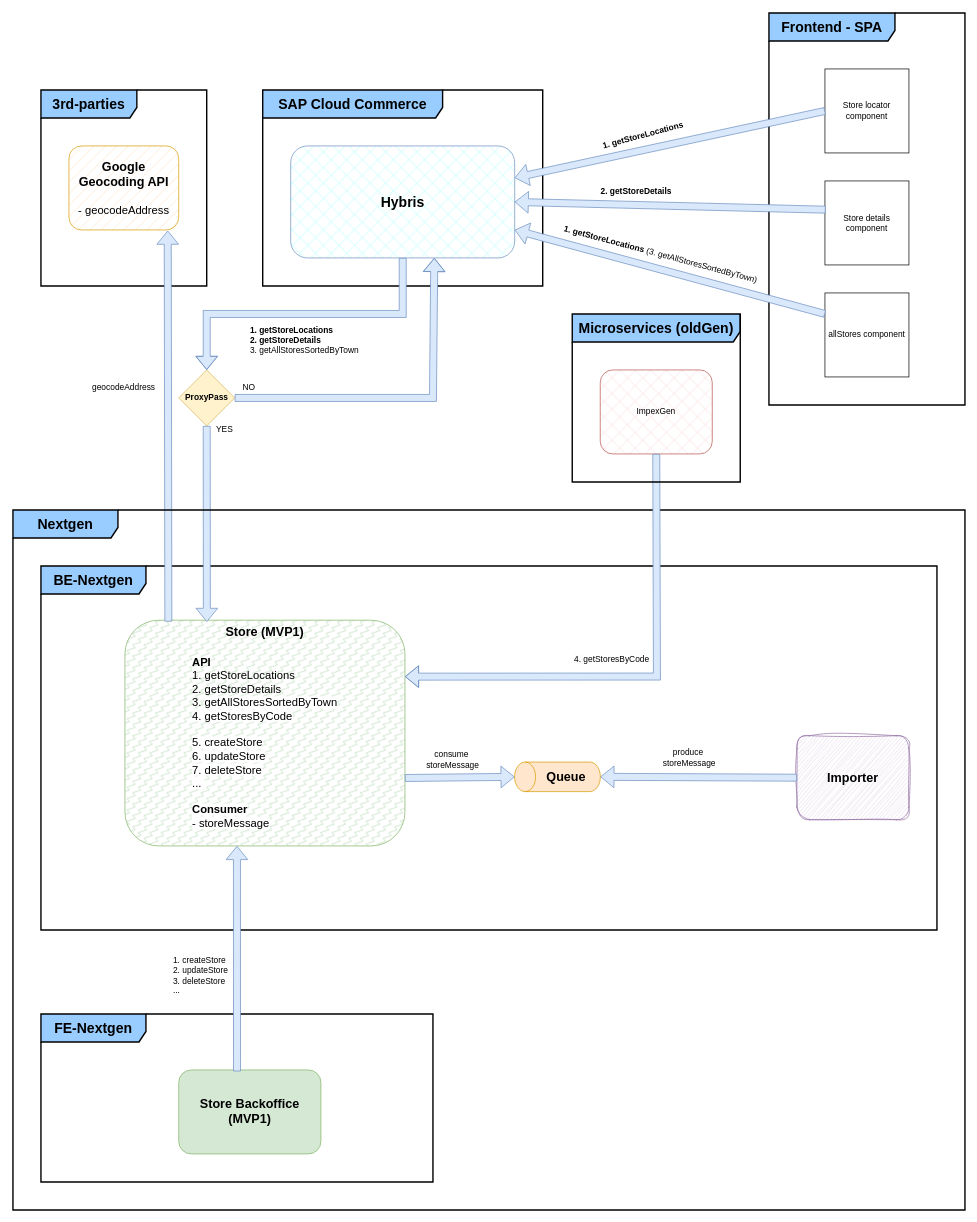
d-figuccia/draw-io keeps this draw.io diagram as graphs/store-macroservice.drawio. Above is the earlier version. Source tidied: cells renumbered, new cells numbered last; positions are measured from the earlier drawing's top-left corner, leaving out a move shared by most shapes. Both pictures are drawn from the tidied source at 70%, with x=0, y=0 at pixel (13, 13). Pictures stored in the file or linked from it are replaced by grey dashed boxes.
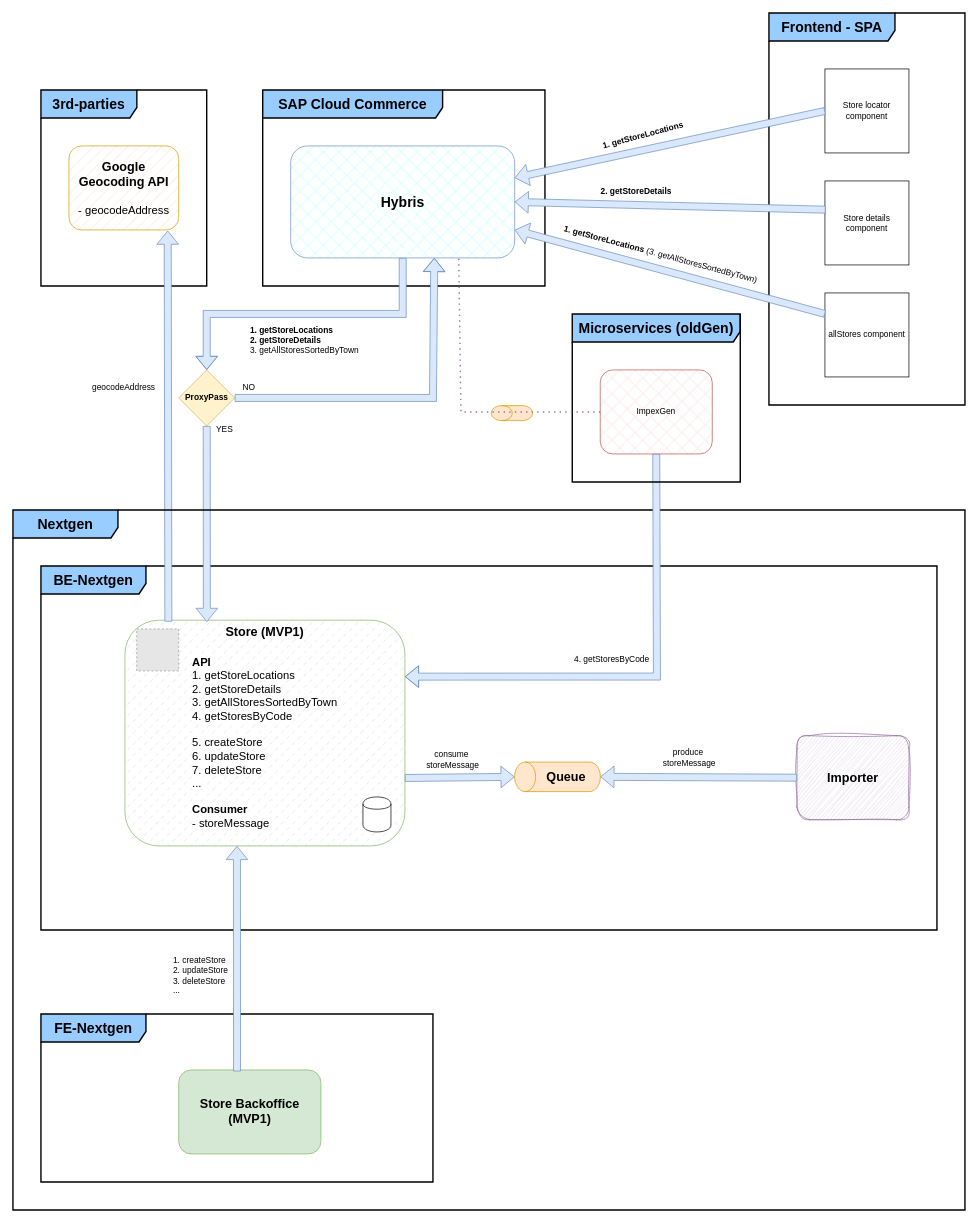
After the change.

The change refers to these unchanged cells:
```xml
<mxCell id="14" value="&lt;font style=&quot;font-size: 20px;&quot;&gt;Hybris&lt;/font&gt;" style="rounded=1;whiteSpace=wrap;html=1;fillStyle=cross-hatch;fillColor=#99FFFF;strokeColor=#6c8ebf;fontSize=18;fontStyle=1;verticalAlign=middle;" parent="1" vertex="1">
  <mxGeometry x="396.8" y="190" width="320" height="160" as="geometry" />
</mxCell>
<mxCell id="39" value="ImpexGen" style="rounded=1;whiteSpace=wrap;html=1;fillColor=#f8cecc;strokeColor=#b85450;fillStyle=cross-hatch;" parent="1" vertex="1">
  <mxGeometry x="839" y="510" width="160" height="120" as="geometry" />
</mxCell>
```

The edit, as a diff of the source:
```diff
@@
-    <mxCell id="7" value="&lt;span style=&quot;font-size: 18px; font-weight: 700; text-align: left;&quot;&gt;Store (MVP1)&lt;/span&gt;&lt;div&gt;&lt;span style=&quot;font-size: 18px; font-weight: 700; text-align: left;&quot;&gt;&lt;br&gt;&lt;/span&gt;&lt;/div&gt;&lt;div style=&quot;text-align: left; font-size: 16px;&quot;&gt;&lt;font style=&quot;font-size: 16px;&quot;&gt;&lt;b&gt;API&lt;/b&gt;&lt;/font&gt;&lt;/div&gt;&lt;div style=&quot;text-align: left; font-size: 16px;&quot;&gt;&lt;font style=&quot;font-size: 16px;&quot;&gt;1.&amp;nbsp;&lt;span style=&quot;background-color: initial; text-align: center; text-wrap: nowrap;&quot;&gt;getStoreLocations&lt;/span&gt;&lt;/font&gt;&lt;/div&gt;&lt;div style=&quot;text-align: left; font-size: 16px;&quot;&gt;&lt;font style=&quot;font-size: 16px;&quot;&gt;&lt;span style=&quot;&quot;&gt;2.&amp;nbsp;&lt;/span&gt;&lt;span style=&quot;background-color: initial; text-align: center; text-wrap: nowrap;&quot;&gt;getStoreDetails&lt;/span&gt;&lt;/font&gt;&lt;/div&gt;&lt;div style=&quot;text-align: left; font-size: 16px;&quot;&gt;&lt;font style=&quot;font-size: 16px;&quot;&gt;3.&amp;nbsp;&lt;span style=&quot;background-color: rgb(255, 255, 255); text-wrap: nowrap; text-align: center;&quot;&gt;getAllStoresSortedByTown&lt;/span&gt;&lt;/font&gt;&lt;/div&gt;&lt;div style=&quot;text-align: left; font-size: 16px;&quot;&gt;&lt;font style=&quot;font-size: 16px;&quot;&gt;&lt;span style=&quot;background-color: rgb(255, 255, 255); text-wrap: nowrap; text-align: center;&quot;&gt;4.&amp;nbsp;&lt;/span&gt;&lt;/font&gt;&lt;span style=&quot;background-color: rgb(255, 255, 255); text-wrap: nowrap; text-align: center;&quot;&gt;getStoresByCode&lt;/span&gt;&lt;/div&gt;&lt;div style=&quot;text-align: left; font-size: 16px;&quot;&gt;&lt;font style=&quot;font-size: 16px;&quot;&gt;&lt;span style=&quot;background-color: rgb(255, 255, 255); text-wrap: nowrap; text-align: center;&quot;&gt;&lt;br&gt;&lt;/span&gt;&lt;/font&gt;&lt;/div&gt;&lt;div style=&quot;text-align: left; font-size: 16px;&quot;&gt;&lt;font style=&quot;font-size: 16px;&quot;&gt;&lt;span style=&quot;background-color: rgb(255, 255, 255); text-wrap: nowrap; text-align: center;&quot;&gt;5. createStore&lt;/span&gt;&lt;/font&gt;&lt;/div&gt;&lt;div style=&quot;text-align: left; font-size: 16px;&quot;&gt;&lt;font style=&quot;font-size: 16px;&quot;&gt;&lt;span style=&quot;background-color: rgb(255, 255, 255); text-wrap: nowrap; text-align: center;&quot;&gt;6. updateStore&lt;/span&gt;&lt;/font&gt;&lt;/div&gt;&lt;div style=&quot;text-align: left; font-size: 16px;&quot;&gt;&lt;font style=&quot;font-size: 16px;&quot;&gt;&lt;span style=&quot;background-color: rgb(255, 255, 255); text-wrap: nowrap; text-align: center;&quot;&gt;7. deleteStore&lt;/span&gt;&lt;/font&gt;&lt;/div&gt;&lt;div style=&quot;text-align: left; font-size: 16px;&quot;&gt;&lt;font style=&quot;font-size: 16px;&quot;&gt;&lt;span style=&quot;background-color: rgb(255, 255, 255); text-wrap: nowrap; text-align: center;&quot;&gt;...&lt;/span&gt;&lt;/font&gt;&lt;span style=&quot;background-color: rgb(255, 255, 255); text-align: center; text-wrap: nowrap;&quot;&gt;&amp;nbsp;&lt;/span&gt;&lt;/div&gt;&lt;div style=&quot;text-align: left; font-size: 16px;&quot;&gt;&lt;font style=&quot;font-size: 16px;&quot;&gt;&lt;span style=&quot;background-color: rgb(255, 255, 255); text-wrap: nowrap; text-align: center;&quot;&gt;&lt;br&gt;&lt;/span&gt;&lt;/font&gt;&lt;/div&gt;&lt;div style=&quot;text-align: left; font-size: 16px;&quot;&gt;&lt;font style=&quot;font-size: 16px;&quot;&gt;&lt;span style=&quot;background-color: rgb(255, 255, 255); text-wrap: nowrap; text-align: center;&quot;&gt;&lt;b&gt;Consumer&lt;/b&gt;&lt;/span&gt;&lt;/font&gt;&lt;/div&gt;&lt;div style=&quot;text-align: left; font-size: 16px;&quot;&gt;&lt;font style=&quot;font-size: 16px;&quot;&gt;&lt;span style=&quot;background-color: rgb(255, 255, 255); text-wrap: nowrap; text-align: center;&quot;&gt;- storeMessage&lt;/span&gt;&lt;/font&gt;&lt;/div&gt;" style="rounded=1;whiteSpace=wrap;html=1;glass=0;shadow=0;fillColor=#d5e8d4;strokeColor=#82b366;fillStyle=zigzag;verticalAlign=top;" parent="1" vertex="1">
+    <mxCell id="7" value="&lt;span style=&quot;font-size: 18px; font-weight: 700; text-align: left;&quot;&gt;Store (MVP1)&lt;/span&gt;&lt;div&gt;&lt;span style=&quot;font-size: 18px; font-weight: 700; text-align: left;&quot;&gt;&lt;br&gt;&lt;/span&gt;&lt;/div&gt;&lt;div style=&quot;text-align: left; font-size: 16px;&quot;&gt;&lt;font style=&quot;font-size: 16px;&quot;&gt;&lt;b&gt;API&lt;/b&gt;&lt;/font&gt;&lt;/div&gt;&lt;div style=&quot;text-align: left; font-size: 16px;&quot;&gt;&lt;font style=&quot;font-size: 16px;&quot;&gt;1.&amp;nbsp;&lt;span style=&quot;background-color: initial; text-align: center; text-wrap: nowrap;&quot;&gt;getStoreLocations&lt;/span&gt;&lt;/font&gt;&lt;/div&gt;&lt;div style=&quot;text-align: left; font-size: 16px;&quot;&gt;&lt;font style=&quot;font-size: 16px;&quot;&gt;&lt;span style=&quot;&quot;&gt;2.&amp;nbsp;&lt;/span&gt;&lt;span style=&quot;background-color: initial; text-align: center; text-wrap: nowrap;&quot;&gt;getStoreDetails&lt;/span&gt;&lt;/font&gt;&lt;/div&gt;&lt;div style=&quot;text-align: left; font-size: 16px;&quot;&gt;&lt;font style=&quot;font-size: 16px;&quot;&gt;3.&amp;nbsp;&lt;span style=&quot;background-color: rgb(255, 255, 255); text-wrap: nowrap; text-align: center;&quot;&gt;getAllStoresSortedByTown&lt;/span&gt;&lt;/font&gt;&lt;/div&gt;&lt;div style=&quot;text-align: left; font-size: 16px;&quot;&gt;&lt;font style=&quot;font-size: 16px;&quot;&gt;&lt;span style=&quot;background-color: rgb(255, 255, 255); text-wrap: nowrap; text-align: center;&quot;&gt;4.&amp;nbsp;&lt;/span&gt;&lt;/font&gt;&lt;span style=&quot;background-color: rgb(255, 255, 255); text-wrap: nowrap; text-align: center;&quot;&gt;getStoresByCode&lt;/span&gt;&lt;/div&gt;&lt;div style=&quot;text-align: left; font-size: 16px;&quot;&gt;&lt;font style=&quot;font-size: 16px;&quot;&gt;&lt;span style=&quot;background-color: rgb(255, 255, 255); text-wrap: nowrap; text-align: center;&quot;&gt;&lt;br&gt;&lt;/span&gt;&lt;/font&gt;&lt;/div&gt;&lt;div style=&quot;text-align: left; font-size: 16px;&quot;&gt;&lt;font style=&quot;font-size: 16px;&quot;&gt;&lt;span style=&quot;background-color: rgb(255, 255, 255); text-wrap: nowrap; text-align: center;&quot;&gt;5. createStore&lt;/span&gt;&lt;/font&gt;&lt;/div&gt;&lt;div style=&quot;text-align: left; font-size: 16px;&quot;&gt;&lt;font style=&quot;font-size: 16px;&quot;&gt;&lt;span style=&quot;background-color: rgb(255, 255, 255); text-wrap: nowrap; text-align: center;&quot;&gt;6. updateStore&lt;/span&gt;&lt;/font&gt;&lt;/div&gt;&lt;div style=&quot;text-align: left; font-size: 16px;&quot;&gt;&lt;font style=&quot;font-size: 16px;&quot;&gt;&lt;span style=&quot;background-color: rgb(255, 255, 255); text-wrap: nowrap; text-align: center;&quot;&gt;7. deleteStore&lt;/span&gt;&lt;/font&gt;&lt;/div&gt;&lt;div style=&quot;text-align: left; font-size: 16px;&quot;&gt;&lt;font style=&quot;font-size: 16px;&quot;&gt;&lt;span style=&quot;background-color: rgb(255, 255, 255); text-wrap: nowrap; text-align: center;&quot;&gt;...&lt;/span&gt;&lt;/font&gt;&lt;span style=&quot;background-color: rgb(255, 255, 255); text-align: center; text-wrap: nowrap;&quot;&gt;&amp;nbsp;&lt;/span&gt;&lt;/div&gt;&lt;div style=&quot;text-align: left; font-size: 16px;&quot;&gt;&lt;font style=&quot;font-size: 16px;&quot;&gt;&lt;span style=&quot;background-color: rgb(255, 255, 255); text-wrap: nowrap; text-align: center;&quot;&gt;&lt;br&gt;&lt;/span&gt;&lt;/font&gt;&lt;/div&gt;&lt;div style=&quot;text-align: left; font-size: 16px;&quot;&gt;&lt;font style=&quot;font-size: 16px;&quot;&gt;&lt;span style=&quot;background-color: rgb(255, 255, 255); text-wrap: nowrap; text-align: center;&quot;&gt;&lt;b&gt;Consumer&lt;/b&gt;&lt;/span&gt;&lt;/font&gt;&lt;/div&gt;&lt;div style=&quot;text-align: left; font-size: 16px;&quot;&gt;&lt;font style=&quot;font-size: 16px;&quot;&gt;&lt;span style=&quot;background-color: rgb(255, 255, 255); text-wrap: nowrap; text-align: center;&quot;&gt;- storeMessage&lt;/span&gt;&lt;/font&gt;&lt;/div&gt;" style="rounded=1;whiteSpace=wrap;html=1;glass=0;shadow=0;fillColor=#d5e8d4;strokeColor=#82b366;fillStyle=dashed;verticalAlign=top;" parent="1" vertex="1">
       <mxGeometry x="160" y="867.5" width="400" height="322.5" as="geometry" />
     </mxCell>
@@
     <mxCell id="13" value="SAP Cloud Commerce" style="shape=umlFrame;whiteSpace=wrap;html=1;width=257;height=40;strokeWidth=2;fillColor=#99CCFF;fontStyle=1;fontSize=20;" parent="1" vertex="1">
-      <mxGeometry x="356.8" y="110" width="400" height="280" as="geometry" />
+      <mxGeometry x="356.8" y="110" width="403.2" height="280" as="geometry" />
     </mxCell>
@@
+    <mxCell id="43" value="&lt;div style=&quot;text-align: left;&quot;&gt;&lt;br&gt;&lt;/div&gt;" style="shape=cylinder3;whiteSpace=wrap;html=1;boundedLbl=1;backgroundOutline=1;size=15;rotation=-90;fillColor=#ffe6cc;fillStyle=solid;strokeColor=#d79b00;" parent="1" vertex="1">
+      <mxGeometry x="702.1" y="542.1" width="21.4" height="59.1" as="geometry" />
+    </mxCell>
+    <mxCell id="44" style="endArrow=none;dashed=1;html=1;dashPattern=1 3;strokeWidth=2;rounded=0;entryX=0.75;entryY=1;entryDx=0;entryDy=0;exitX=0;exitY=0.5;exitDx=0;exitDy=0;fillColor=#e1d5e7;strokeColor=#9673a6;" parent="1" edge="1" source="39" target="14">
+      <mxGeometry relative="1" as="geometry">
+        <Array as="points">
+          <mxPoint x="640" y="570" />
+        </Array>
+      </mxGeometry>
+    </mxCell>
+    <mxCell id="45" style="fillColor=#E6E6E6;strokeColor=#999999;dashed=1;verticalLabelPosition=bottom;labelBackgroundColor=default;verticalAlign=top;" parent="1" vertex="1">
+      <mxGeometry x="176.8" y="880" width="60" height="60" as="geometry" />
+    </mxCell>
+    <mxCell id="46" style="shape=cylinder;whiteSpace=wrap;html=1;boundedLbl=1;backgroundOutline=1;" parent="1" vertex="1">
+      <mxGeometry x="500" y="1120" width="40" height="50" as="geometry" />
+    </mxCell>
```
